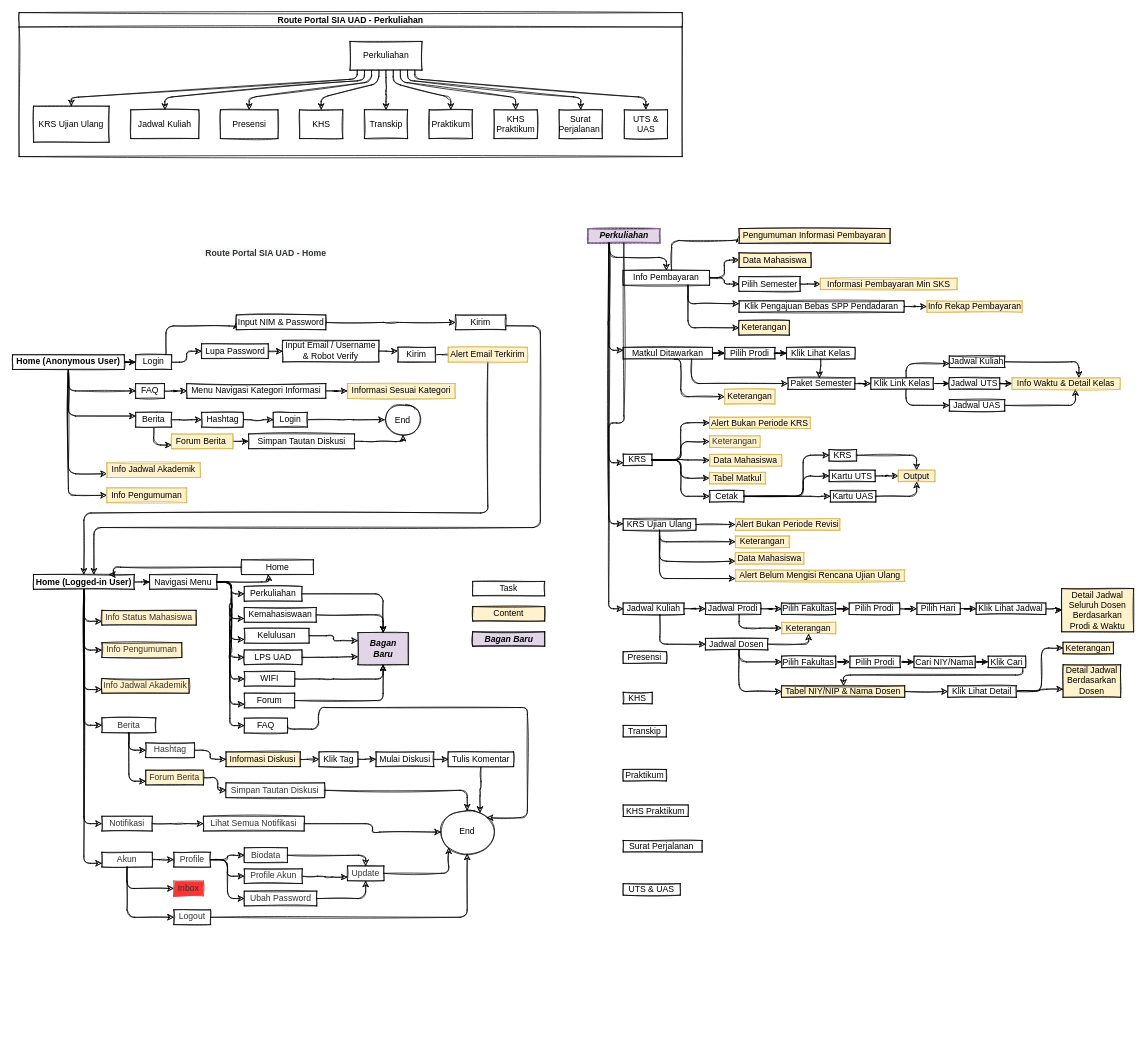
widiyasasih/portalsiauad keeps this draw.io diagram as Web Sitemap Portal SIA.drawio. Above is the earlier version. Source tidied: cells renumbered, new cells numbered last; positions are measured from the earlier drawing's top-left corner, leaving out a move shared by most shapes. Both pictures are drawn from the tidied source at 72%, with x=0, y=0 at pixel (12, 12).
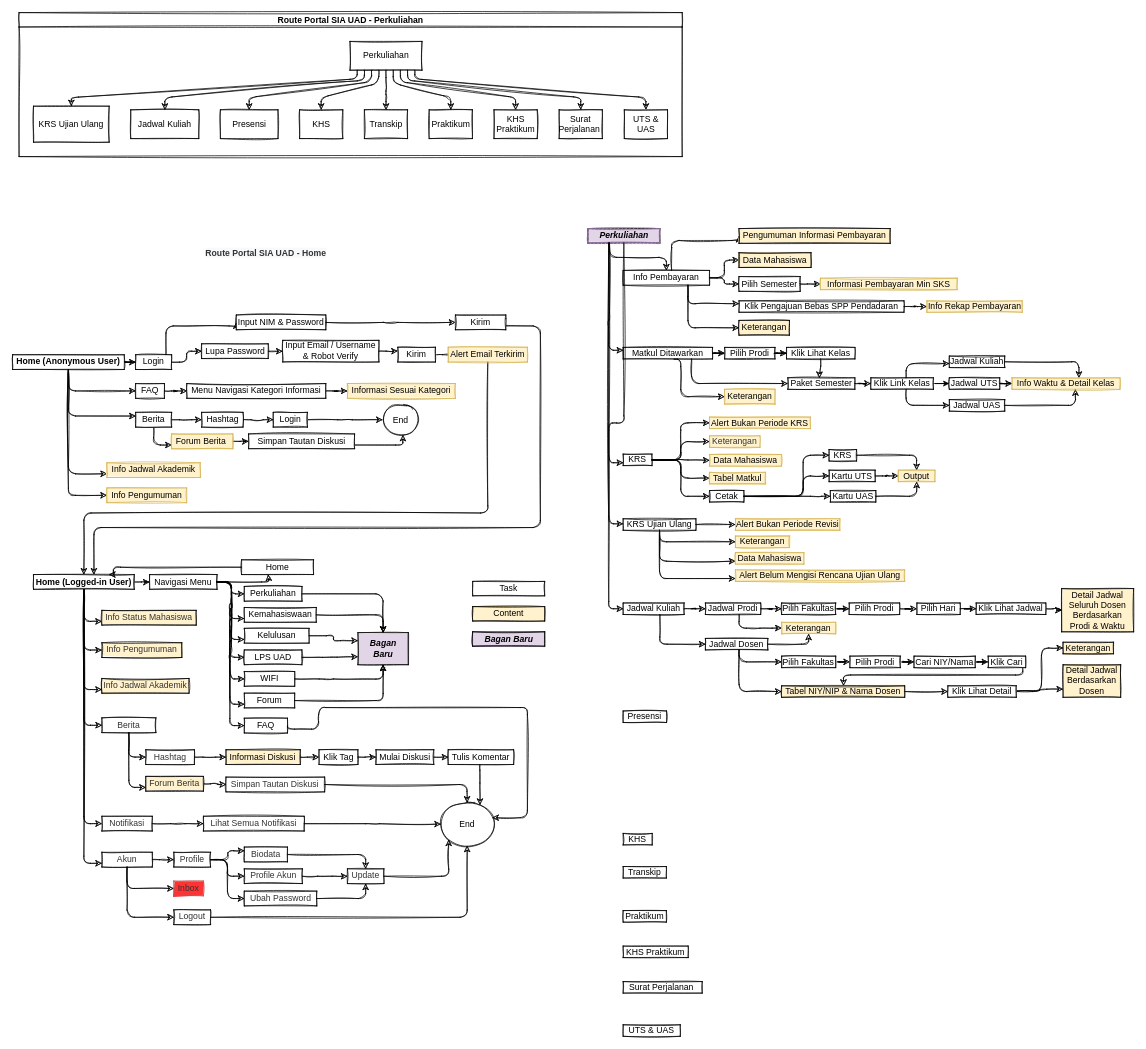
After the change.

Commit message (it also covers changes not shown here):
Update Web Sitemap - Perkuliahan

Unchanged cells that the change refers to:
```xml
<mxCell id="43" value="Simpan Tautan Diskusi" style="whiteSpace=wrap;html=1;jiggle=1;sketch=1;" parent="1" vertex="1">
  <mxGeometry x="327.7" y="585.2" width="147.3" height="20.5" as="geometry" />
</mxCell>
<mxCell id="94" value="&lt;span style=&quot;color: rgb(51, 51, 51);&quot;&gt;Profile&lt;/span&gt;" style="whiteSpace=wrap;html=1;shadow=0;glass=0;jiggle=1;disableMultiStroke=0;disableMultiStrokeFill=0;fillStyle=solid;fillColor=none;sketch=1;" parent="1" vertex="1">
  <mxGeometry x="223.9" y="1166.2" width="51.1" height="20.5" as="geometry" />
</mxCell>
<mxCell id="101" value="&lt;span style=&quot;color: rgb(51, 51, 51);&quot;&gt;Profile Akun&lt;/span&gt;" style="whiteSpace=wrap;html=1;shadow=0;glass=0;jiggle=1;disableMultiStroke=0;disableMultiStrokeFill=0;fillStyle=solid;fillColor=none;sketch=1;" parent="1" vertex="1">
  <mxGeometry x="321.8" y="1189.2" width="80.7" height="20.5" as="geometry" />
</mxCell>
```

The edit, as a diff of the source:
```diff
@@
-    <mxCell id="42" style="edgeStyle=orthogonalEdgeStyle;jiggle=1;jettySize=auto;html=1;fontFamily=Helvetica;fontSize=12;sketch=1;" parent="1" edge="1" source="43" target="69">
+    <mxCell id="42" style="edgeStyle=orthogonalEdgeStyle;jiggle=1;jettySize=auto;html=1;fontFamily=Helvetica;fontSize=12;sketch=1;exitX=1;exitY=0.75;exitDx=0;exitDy=0;" parent="1" edge="1" source="43" target="69">
       <mxGeometry relative="1" as="geometry">
         <Array as="points">
-          <mxPoint x="495" y="596" />
-          <mxPoint x="524" y="596" />
+          <mxPoint x="542" y="601" />
         </Array>
       </mxGeometry>
     </mxCell>
@@
     <mxCell id="69" value="End" style="ellipse;whiteSpace=wrap;html=1;jiggle=1;sketch=1;" parent="1" vertex="1">
-      <mxGeometry x="517" y="544.4" width="50.3" height="42.2" as="geometry" />
+      <mxGeometry x="514" y="544.4" width="50.3" height="42.2" as="geometry" />
     </mxCell>
@@
-    <mxCell id="92" style="edgeStyle=orthogonalEdgeStyle;jiggle=1;jettySize=auto;html=1;entryX=0;entryY=0.5;entryDx=0;entryDy=0;fontFamily=Helvetica;fontSize=12;sketch=1;" parent="1" edge="1" source="94" target="99">
-      <mxGeometry relative="1" as="geometry" />
+    <mxCell id="92" style="edgeStyle=orthogonalEdgeStyle;jiggle=1;jettySize=auto;html=1;entryX=0;entryY=0.25;entryDx=0;entryDy=0;fontFamily=Helvetica;fontSize=12;sketch=1;" parent="1" edge="1" source="94" target="99">
+      <mxGeometry relative="1" as="geometry">
+        <Array as="points">
+          <mxPoint x="299" y="1177" />
+          <mxPoint x="299" y="1164" />
+        </Array>
+      </mxGeometry>
     </mxCell>
@@
     <mxCell id="99" value="&lt;span style=&quot;color: rgb(51, 51, 51);&quot;&gt;Biodata&lt;/span&gt;" style="whiteSpace=wrap;html=1;shadow=0;glass=0;jiggle=1;disableMultiStroke=0;disableMultiStrokeFill=0;fillStyle=solid;fillColor=none;sketch=1;" parent="1" vertex="1">
-      <mxGeometry x="321.8" y="1160" width="60" height="20.5" as="geometry" />
+      <mxGeometry x="321.8" y="1159" width="60" height="20.5" as="geometry" />
     </mxCell>
-    <mxCell id="100" style="edgeStyle=orthogonalEdgeStyle;jiggle=1;jettySize=auto;html=1;entryX=0;entryY=0.75;entryDx=0;entryDy=0;fontFamily=Helvetica;fontSize=12;sketch=1;" parent="1" edge="1" source="101" target="105">
+    <mxCell id="100" style="edgeStyle=orthogonalEdgeStyle;rounded=1;sketch=1;jettySize=auto;html=1;entryX=0;entryY=0.5;entryDx=0;entryDy=0;" parent="1" edge="1" source="101" target="105">
       <mxGeometry relative="1" as="geometry" />
     </mxCell>
@@
     <mxCell id="105" value="&lt;font color=&quot;#333333&quot;&gt;Update&lt;/font&gt;" style="whiteSpace=wrap;html=1;shadow=0;glass=0;jiggle=1;disableMultiStroke=0;disableMultiStrokeFill=0;fillStyle=solid;fillColor=none;sketch=1;" parent="1" vertex="1">
-      <mxGeometry x="465" y="1185.2" width="50.7" height="20.5" as="geometry" />
+      <mxGeometry x="465" y="1189.2" width="50.7" height="20.5" as="geometry" />
     </mxCell>
@@
     <mxCell id="109" value="&lt;span style=&quot;color: rgb(51, 51, 51);&quot;&gt;Hashtag&lt;/span&gt;" style="whiteSpace=wrap;html=1;shadow=0;glass=0;jiggle=1;disableMultiStroke=0;disableMultiStrokeFill=0;fillStyle=solid;fillColor=none;sketch=1;" parent="1" vertex="1">
-      <mxGeometry x="185" y="1014.2" width="67.5" height="20.5" as="geometry" />
+      <mxGeometry x="185" y="1023.8" width="67.5" height="20.5" as="geometry" />
     </mxCell>
@@
     <mxCell id="111" value="Informasi Diskusi" style="whiteSpace=wrap;html=1;fillStyle=solid;jiggle=1;sketch=1;fillColor=#fff2cc;strokeColor=#000000;" parent="1" vertex="1">
-      <mxGeometry x="296.4" y="1026.8" width="103.2" height="20.5" as="geometry" />
+      <mxGeometry x="296.4" y="1023.8" width="103.2" height="20.5" as="geometry" />
     </mxCell>
@@
     <mxCell id="113" value="Klik Tag" style="whiteSpace=wrap;html=1;fillStyle=solid;jiggle=1;sketch=1;" parent="1" vertex="1">
-      <mxGeometry x="425.6" y="1026.8" width="54" height="20.5" as="geometry" />
+      <mxGeometry x="425.6" y="1023.8" width="54" height="20.5" as="geometry" />
     </mxCell>
@@
     <mxCell id="115" value="Mulai Diskusi" style="whiteSpace=wrap;html=1;fillStyle=solid;jiggle=1;sketch=1;" parent="1" vertex="1">
-      <mxGeometry x="504.7" y="1026.8" width="80.3" height="20.5" as="geometry" />
+      <mxGeometry x="504.7" y="1023.8" width="80.3" height="20.5" as="geometry" />
     </mxCell>
     <mxCell id="116" style="edgeStyle=orthogonalEdgeStyle;rounded=1;sketch=1;jettySize=auto;html=1;entryX=0.743;entryY=0.053;entryDx=0;entryDy=0;entryPerimeter=0;fontFamily=Helvetica;fontSize=12;fontColor=default;" parent="1" edge="1" source="117" target="139">
-      <mxGeometry relative="1" as="geometry" />
+      <mxGeometry relative="1" as="geometry">
+        <Array as="points">
+          <mxPoint x="649" y="1060" />
+          <mxPoint x="649" y="1060" />
+        </Array>
+      </mxGeometry>
     </mxCell>
     <mxCell id="117" value="Tulis Komentar" style="whiteSpace=wrap;html=1;fillStyle=solid;jiggle=1;sketch=1;" parent="1" vertex="1">
-      <mxGeometry x="605" y="1026.8" width="90.9" height="20.5" as="geometry" />
+      <mxGeometry x="605" y="1023.8" width="90.9" height="20.5" as="geometry" />
     </mxCell>
@@
     <mxCell id="119" value="&lt;span style=&quot;color: rgb(51, 51, 51);&quot;&gt;Forum Berita&lt;/span&gt;" style="whiteSpace=wrap;html=1;shadow=0;glass=0;jiggle=1;disableMultiStroke=0;disableMultiStrokeFill=0;fillStyle=solid;sketch=1;fillColor=#fff2cc;strokeColor=#000000;" parent="1" vertex="1">
-      <mxGeometry x="185" y="1052.2" width="80" height="20.5" as="geometry" />
+      <mxGeometry x="185" y="1060.8" width="80" height="20.5" as="geometry" />
     </mxCell>
     <mxCell id="120" style="edgeStyle=orthogonalEdgeStyle;jiggle=1;jettySize=auto;html=1;fontFamily=Helvetica;fontSize=12;sketch=1;" parent="1" edge="1" source="121" target="139">
-      <mxGeometry relative="1" as="geometry" />
+      <mxGeometry relative="1" as="geometry">
+        <Array as="points">
+          <mxPoint x="631" y="1072" />
+        </Array>
+      </mxGeometry>
     </mxCell>
     <mxCell id="121" value="&lt;span style=&quot;color: rgb(51, 51, 51);&quot;&gt;Simpan Tautan Diskusi&lt;/span&gt;" style="whiteSpace=wrap;html=1;shadow=0;glass=0;jiggle=1;disableMultiStroke=0;disableMultiStrokeFill=0;fillStyle=solid;fillColor=none;sketch=1;" parent="1" vertex="1">
-      <mxGeometry x="296.4" y="1069.8" width="137" height="20.5" as="geometry" />
+      <mxGeometry x="296.4" y="1061.8" width="137" height="20.5" as="geometry" />
     </mxCell>
@@
     <mxCell id="139" value="End" style="ellipse;whiteSpace=wrap;html=1;fillColor=none;shadow=0;glass=0;jiggle=1;disableMultiStroke=0;disableMultiStrokeFill=0;fillStyle=solid;sketch=1;" parent="1" vertex="1">
-      <mxGeometry x="594.8" y="1108.2" width="73.2" height="60" as="geometry" />
+      <mxGeometry x="594.8" y="1097.2" width="73.2" height="60" as="geometry" />
     </mxCell>
@@
     <mxCell id="223" value="Presensi" style="whiteSpace=wrap;html=1;shadow=0;glass=0;jiggle=1;disableMultiStroke=0;disableMultiStrokeFill=0;fillStyle=auto;fillColor=none;sketch=1;" parent="1" vertex="1">
-      <mxGeometry x="848" y="887.8" width="60.3" height="16" as="geometry" />
+      <mxGeometry x="848" y="970" width="60.3" height="16" as="geometry" />
     </mxCell>
     <mxCell id="224" value="KHS" style="whiteSpace=wrap;html=1;shadow=0;glass=0;jiggle=1;disableMultiStroke=0;disableMultiStrokeFill=0;fillStyle=auto;fillColor=none;sketch=1;" parent="1" vertex="1">
-      <mxGeometry x="848" y="944" width="40.3" height="16" as="geometry" />
+      <mxGeometry x="848" y="1140" width="40.3" height="16" as="geometry" />
     </mxCell>
     <mxCell id="225" value="Transkip" style="whiteSpace=wrap;html=1;shadow=0;glass=0;jiggle=1;disableMultiStroke=0;disableMultiStrokeFill=0;fillStyle=auto;fillColor=none;sketch=1;" parent="1" vertex="1">
-      <mxGeometry x="848" y="990" width="60" height="16" as="geometry" />
+      <mxGeometry x="848" y="1186" width="60" height="16" as="geometry" />
     </mxCell>
     <mxCell id="226" value="Praktikum" style="whiteSpace=wrap;html=1;shadow=0;glass=0;jiggle=1;disableMultiStroke=0;disableMultiStrokeFill=0;fillStyle=auto;fillColor=none;sketch=1;" parent="1" vertex="1">
-      <mxGeometry x="848" y="1051.2" width="60" height="16" as="geometry" />
+      <mxGeometry x="848" y="1247.2" width="60" height="16" as="geometry" />
     </mxCell>
     <mxCell id="227" value="KHS Praktikum" style="whiteSpace=wrap;html=1;shadow=0;glass=0;jiggle=1;disableMultiStroke=0;disableMultiStrokeFill=0;fillStyle=auto;fillColor=none;sketch=1;" parent="1" vertex="1">
-      <mxGeometry x="848" y="1100.5" width="90.3" height="16" as="geometry" />
+      <mxGeometry x="848" y="1296.5" width="90.3" height="16" as="geometry" />
     </mxCell>
     <mxCell id="228" value="Surat Perjalanan&amp;nbsp;" style="whiteSpace=wrap;html=1;shadow=0;glass=0;jiggle=1;disableMultiStroke=0;disableMultiStrokeFill=0;fillStyle=auto;fillColor=none;sketch=1;" parent="1" vertex="1">
-      <mxGeometry x="848" y="1149.8" width="109.8" height="16" as="geometry" />
+      <mxGeometry x="848" y="1345.8" width="109.8" height="16" as="geometry" />
     </mxCell>
     <mxCell id="229" value="UTS &amp;amp; UAS" style="whiteSpace=wrap;html=1;shadow=0;glass=0;jiggle=1;disableMultiStroke=0;disableMultiStrokeFill=0;fillStyle=auto;sketch=1;" parent="1" vertex="1">
-      <mxGeometry x="848" y="1209.8" width="79.3" height="16" as="geometry" />
+      <mxGeometry x="848" y="1405.8" width="79.3" height="16" as="geometry" />
     </mxCell>
```
